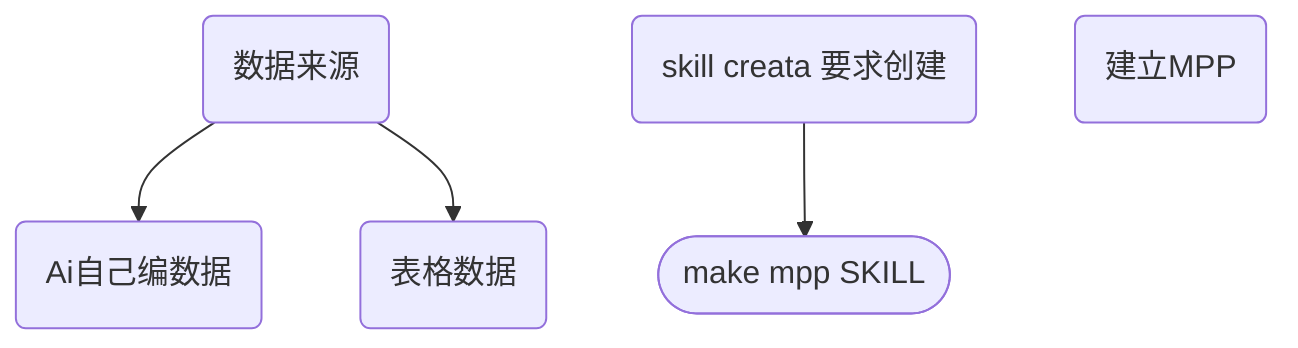
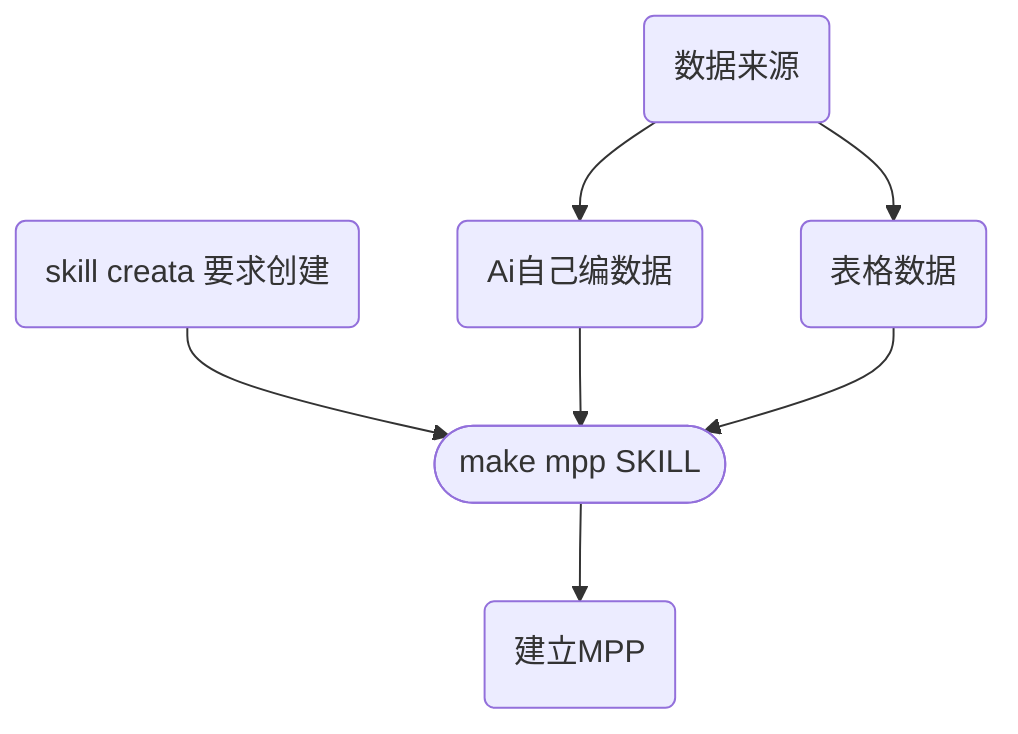
flowchart TD
  n_0(["make mpp SKILL"])
  n_1("数据来源")
  n_2("skill  creata 要求创建")
  n_3("Ai自己编数据")
  n_4("表格数据")
  n_5("建立MPP")
-   n_2 --> n_0
  n_1 --> n_3
  n_1 --> n_4
+   n_2 --> n_0
+   n_3 --> n_0
+   n_4 --> n_0
+   n_0 --> n_5
